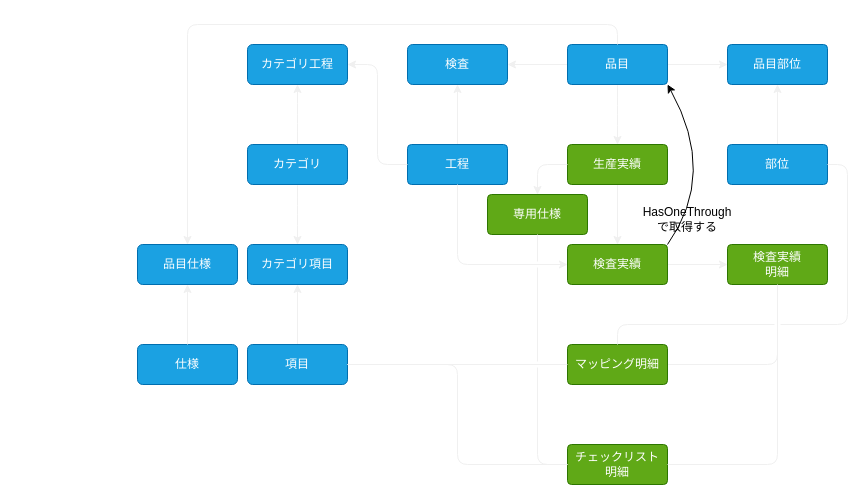
This is docs/draw.io/er.dio from sagawa3104/laravel9-practice, a draw.io file, before an edit. Source tidied: cells renumbered, new cells numbered last; positions are measured from the earlier drawing's top-left corner, leaving out a move shared by most shapes. Both pictures are drawn from the tidied source at 100%, with x=0, y=0 at pixel (137, 24).
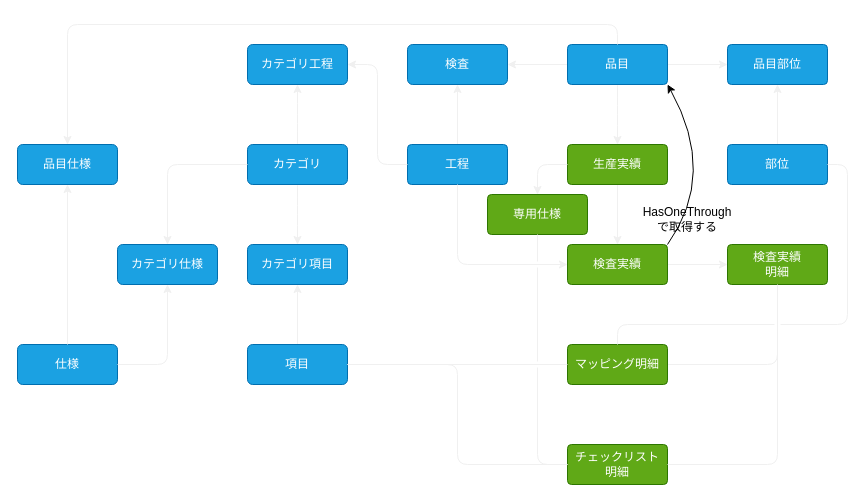
After the change.

Commit message:
リレーション案修正

Unchanged cells that the change refers to:
```xml
<mxCell id="7" value="品目" style="rounded=1;arcSize=10;whiteSpace=wrap;html=1;align=center;fillColor=#1ba1e2;fontColor=#ffffff;strokeColor=#006EAF;" parent="1" vertex="1">
  <mxGeometry x="430" y="20" width="100" height="40" as="geometry" />
</mxCell>
<mxCell id="17" value="カテゴリ" style="rounded=1;arcSize=13;whiteSpace=wrap;html=1;align=center;fillColor=#1ba1e2;fontColor=#ffffff;strokeColor=#006EAF;" parent="1" vertex="1">
  <mxGeometry x="110" y="120" width="100" height="40" as="geometry" />
</mxCell>
```

Diff of the diagram source:
```diff
@@
     <mxCell id="38" value="仕様" style="rounded=1;arcSize=13;whiteSpace=wrap;html=1;align=center;fillColor=#1ba1e2;fontColor=#ffffff;strokeColor=#006EAF;" parent="1" vertex="1">
-      <mxGeometry y="320" width="100" height="40" as="geometry" />
+      <mxGeometry x="-120" y="320" width="100" height="40" as="geometry" />
     </mxCell>
     <mxCell id="39" value="品目仕様" style="rounded=1;arcSize=13;whiteSpace=wrap;html=1;align=center;fillColor=#1ba1e2;fontColor=#ffffff;strokeColor=#006EAF;" parent="1" vertex="1">
-      <mxGeometry y="220" width="100" height="40" as="geometry" />
+      <mxGeometry x="-120" y="120" width="100" height="40" as="geometry" />
     </mxCell>
@@
     <mxCell id="41" style="edgeStyle=orthogonalEdgeStyle;html=1;strokeColor=#F0F0F0;exitX=0.5;exitY=0;exitDx=0;exitDy=0;entryX=0.5;entryY=0;entryDx=0;entryDy=0;" parent="1" edge="1" source="7" target="39">
       <mxGeometry relative="1" as="geometry">
         <Array as="points">
           <mxPoint x="480" />
-          <mxPoint x="50" />
+          <mxPoint x="-70" />
         </Array>
       </mxGeometry>
     </mxCell>
+    <mxCell id="42" value="カテゴリ仕様" style="rounded=1;arcSize=13;whiteSpace=wrap;html=1;align=center;fillColor=#1ba1e2;fontColor=#ffffff;strokeColor=#006EAF;" parent="1" vertex="1">
+      <mxGeometry x="-20" y="220" width="100" height="40" as="geometry" />
+    </mxCell>
+    <mxCell id="43" style="edgeStyle=orthogonalEdgeStyle;rounded=1;jumpStyle=gap;html=1;strokeColor=#F0F0F0;entryX=0.5;entryY=1;entryDx=0;entryDy=0;exitX=1;exitY=0.5;exitDx=0;exitDy=0;" parent="1" edge="1" source="38" target="42">
+      <mxGeometry relative="1" as="geometry" />
+    </mxCell>
+    <mxCell id="44" style="edgeStyle=orthogonalEdgeStyle;rounded=1;jumpStyle=gap;html=1;strokeColor=#F0F0F0;entryX=0.5;entryY=0;entryDx=0;entryDy=0;exitX=0;exitY=0.5;exitDx=0;exitDy=0;" parent="1" edge="1" source="17" target="42">
+      <mxGeometry relative="1" as="geometry" />
+    </mxCell>
```
